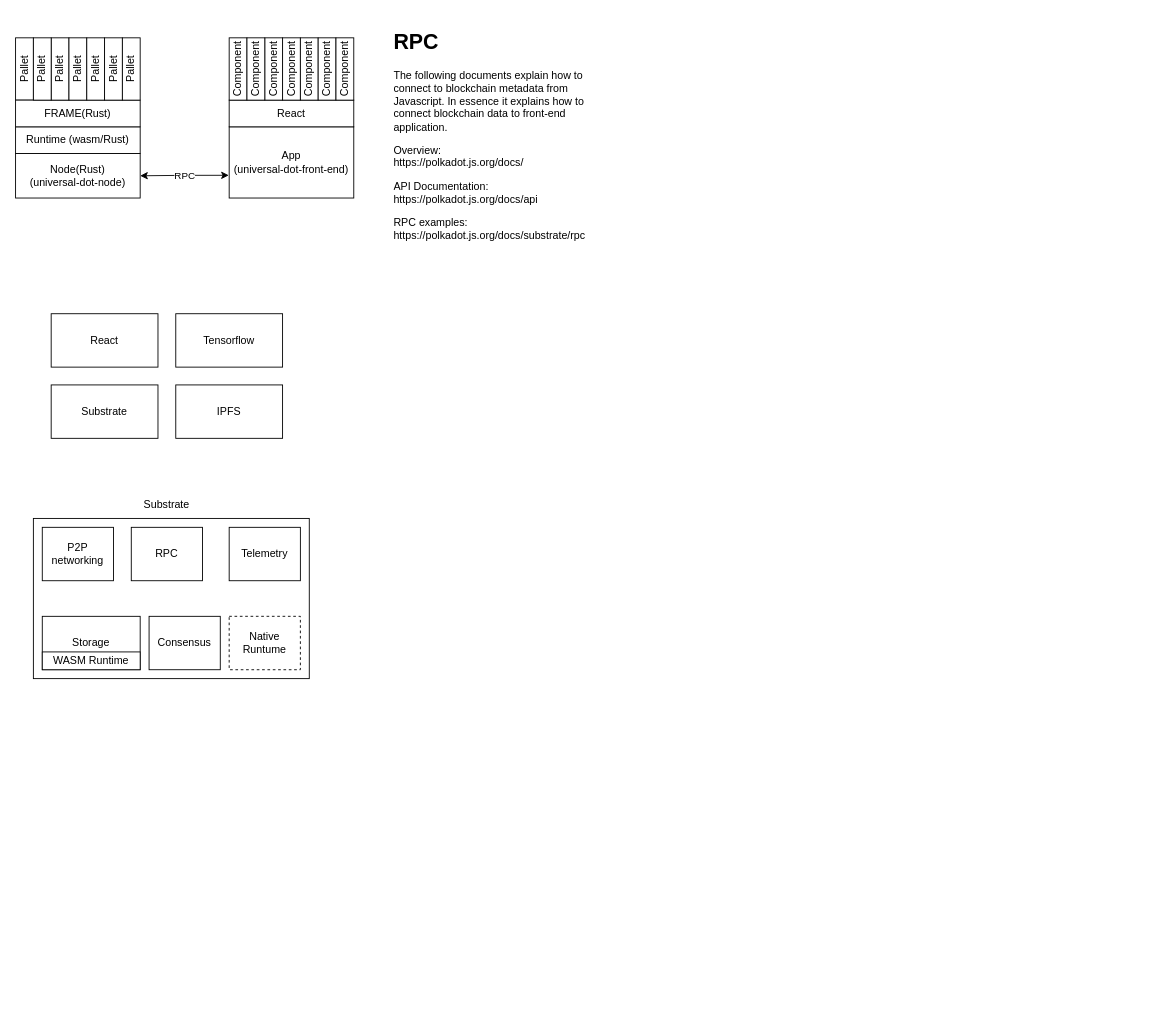
UniversalDot/documents keeps this draw.io diagram as designs/architecture/Component_Architecture.drawio. Above is the earlier version. Source tidied: cells renumbered, new cells numbered last; positions are measured from the earlier drawing's top-left corner, leaving out a move shared by most shapes. Both pictures are drawn from the tidied source at 89%, with x=0, y=0 at pixel (15, 24).
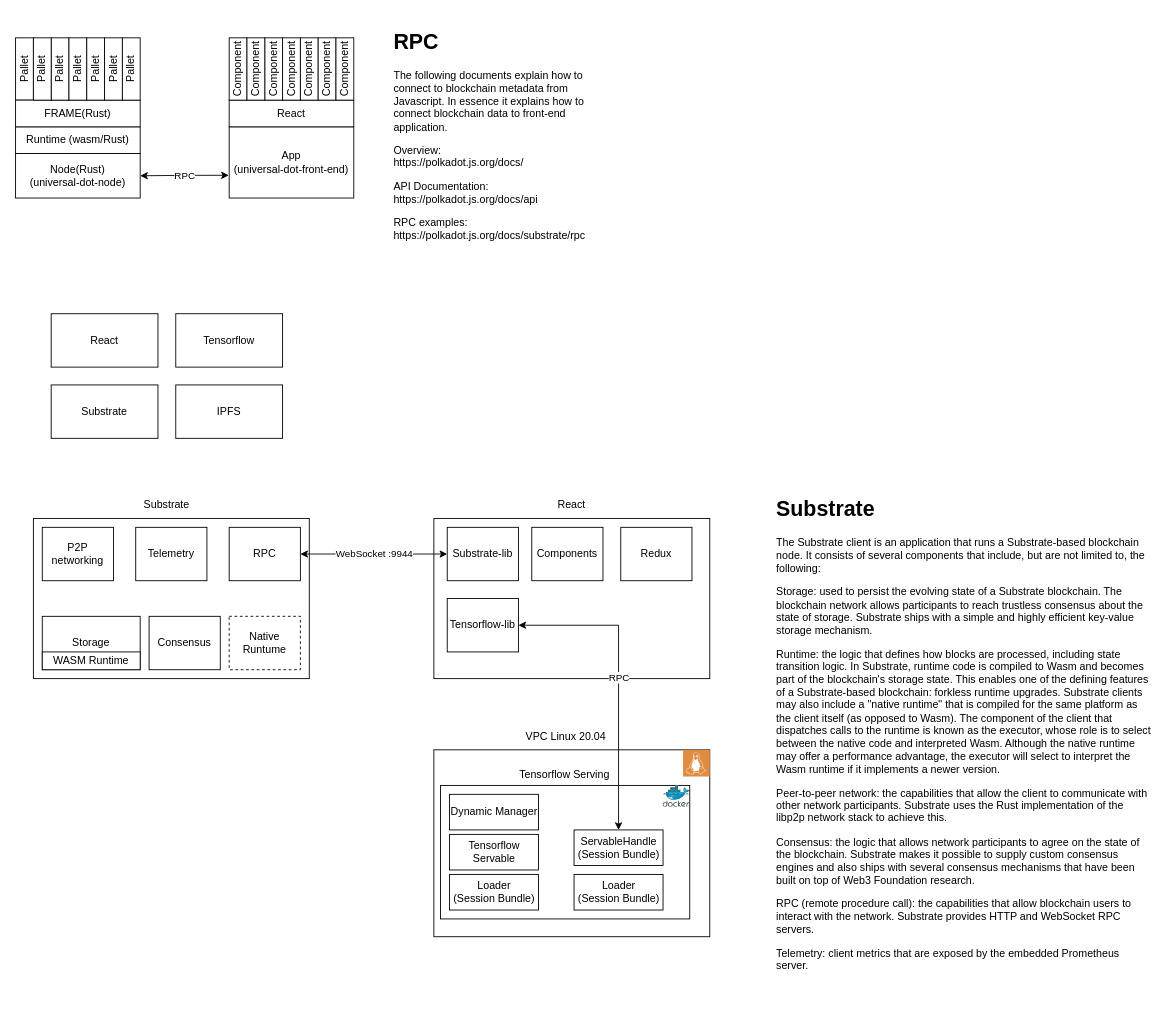
After the change.

What changed in the source:
```diff
@@
     <mxCell id="33" value="RPC" style="rounded=0;whiteSpace=wrap;html=1;" parent="1" vertex="1">
-      <mxGeometry x="130" y="565" width="80" height="60" as="geometry" />
+      <mxGeometry x="240" y="565" width="80" height="60" as="geometry" />
     </mxCell>
     <mxCell id="34" value="Telemetry" style="rounded=0;whiteSpace=wrap;html=1;" parent="1" vertex="1">
-      <mxGeometry x="240" y="565" width="80" height="60" as="geometry" />
+      <mxGeometry x="135" y="565" width="80" height="60" as="geometry" />
     </mxCell>
@@
+    <mxCell id="36" value="&lt;h1&gt;Substrate&lt;/h1&gt;&lt;p&gt;The Substrate client is an application that runs a Substrate-based blockchain node. It consists of several components that include, but are not limited to, the following:&amp;nbsp;&lt;/p&gt;&lt;p&gt;Storage: used to persist the evolving state of a Substrate blockchain. The blockchain network allows participants to reach trustless consensus about the state of storage. Substrate ships with a simple and highly efficient key-value storage mechanism.&amp;nbsp;&lt;/p&gt;&lt;p&gt;Runtime: the logic that defines how blocks are processed, including state transition logic. In Substrate, runtime code is compiled to Wasm and becomes part of the blockchain's storage state. This enables one of the defining features of a Substrate-based blockchain: forkless runtime upgrades. Substrate clients may also include a &quot;native runtime&quot; that is compiled for the same platform as the client itself (as opposed to Wasm). The component of the client that dispatches calls to the runtime is known as the executor, whose role is to select between the native code and interpreted Wasm. Although the native runtime may offer a performance advantage, the executor will select to interpret the Wasm runtime if it implements a newer version.&amp;nbsp;&lt;/p&gt;&lt;p&gt;Peer-to-peer network: the capabilities that allow the client to communicate with other network participants. Substrate uses the Rust implementation of the libp2p network stack to achieve this.&amp;nbsp;&lt;/p&gt;&lt;p&gt;Consensus: the logic that allows network participants to agree on the state of the blockchain. Substrate makes it possible to supply custom consensus engines and also ships with several consensus mechanisms that have been built on top of Web3 Foundation research.&lt;/p&gt;&lt;p&gt;RPC (remote procedure call): the capabilities that allow blockchain users to interact with the network. Substrate provides HTTP and WebSocket RPC servers.&amp;nbsp;&lt;/p&gt;&lt;p&gt;Telemetry: client metrics that are exposed by the embedded Prometheus server.&lt;/p&gt;" style="text;html=1;strokeColor=none;fillColor=none;spacing=5;spacingTop=-20;whiteSpace=wrap;overflow=hidden;rounded=0;dashed=1;" parent="1" vertex="1">
+      <mxGeometry x="850" y="525" width="430" height="570" as="geometry" />
+    </mxCell>
+    <mxCell id="37" style="rounded=0;whiteSpace=wrap;html=1;" parent="1" vertex="1">
+      <mxGeometry x="470" y="555" width="310" height="180" as="geometry" />
+    </mxCell>
+    <mxCell id="38" value="React" style="text;html=1;strokeColor=none;fillColor=none;align=center;verticalAlign=middle;whiteSpace=wrap;rounded=0;" parent="1" vertex="1">
+      <mxGeometry x="595" y="525" width="60" height="30" as="geometry" />
+    </mxCell>
+    <mxCell id="39" value="Substrate-lib" style="rounded=0;whiteSpace=wrap;html=1;" parent="1" vertex="1">
+      <mxGeometry x="485" y="565" width="80" height="60" as="geometry" />
+    </mxCell>
+    <mxCell id="40" value="Components" style="rounded=0;whiteSpace=wrap;html=1;" parent="1" vertex="1">
+      <mxGeometry x="580" y="565" width="80" height="60" as="geometry" />
+    </mxCell>
+    <mxCell id="41" value="Redux" style="rounded=0;whiteSpace=wrap;html=1;" parent="1" vertex="1">
+      <mxGeometry x="680" y="565" width="80" height="60" as="geometry" />
+    </mxCell>
+    <mxCell id="42" value="WebSocket :9944" style="edgeStyle=orthogonalEdgeStyle;rounded=0;jettySize=auto;html=1;entryX=0;entryY=0.5;entryDx=0;entryDy=0;startArrow=classic;startFill=1;" parent="1" edge="1" source="33" target="39">
+      <mxGeometry relative="1" as="geometry" />
+    </mxCell>
+    <mxCell id="43" value="VPC Linux 20.04" style="text;html=1;strokeColor=none;fillColor=none;align=center;verticalAlign=middle;whiteSpace=wrap;rounded=0;" parent="1" vertex="1">
+      <mxGeometry x="569.4" y="785" width="98.8" height="30" as="geometry" />
+    </mxCell>
+    <mxCell id="44" style="rounded=0;whiteSpace=wrap;html=1;" parent="1" vertex="1">
+      <mxGeometry x="470" y="815" width="310" height="210" as="geometry" />
+    </mxCell>
+    <mxCell id="45" style="sketch=0;shadow=0;dashed=0;html=1;strokeColor=none;fillColor=#DF8C42;labelPosition=center;verticalLabelPosition=bottom;verticalAlign=top;align=center;shape=mxgraph.veeam2.linux;" parent="1" vertex="1">
+      <mxGeometry x="750" y="815" width="30" height="30" as="geometry" />
+    </mxCell>
+    <mxCell id="46" style="rounded=0;whiteSpace=wrap;html=1;" parent="1" vertex="1">
+      <mxGeometry x="477.5" y="855" width="280" height="150" as="geometry" />
+    </mxCell>
+    <mxCell id="47" style="sketch=0;html=1;align=center;image;fontSize=12;image=img/lib/mscae/Docker.svg;" parent="1" vertex="1">
+      <mxGeometry x="727.5" y="855" width="30" height="24.6" as="geometry" />
+    </mxCell>
+    <mxCell id="48" value="Tensorflow Servable" style="rounded=0;whiteSpace=wrap;html=1;" parent="1" vertex="1">
+      <mxGeometry x="487.5" y="910" width="100" height="40" as="geometry" />
+    </mxCell>
+    <mxCell id="49" value="Loader &lt;br&gt;(Session Bundle)" style="rounded=0;whiteSpace=wrap;html=1;" parent="1" vertex="1">
+      <mxGeometry x="487.5" y="955" width="100" height="40" as="geometry" />
+    </mxCell>
+    <mxCell id="50" value="Loader &lt;br&gt;(Session Bundle)" style="rounded=0;whiteSpace=wrap;html=1;" parent="1" vertex="1">
+      <mxGeometry x="627.5" y="955" width="100" height="40" as="geometry" />
+    </mxCell>
+    <mxCell id="51" value="Dynamic Manager" style="rounded=0;whiteSpace=wrap;html=1;" parent="1" vertex="1">
+      <mxGeometry x="487.5" y="865" width="100" height="40" as="geometry" />
+    </mxCell>
+    <mxCell id="52" value="ServableHandle&lt;br&gt;(Session Bundle)" style="rounded=0;whiteSpace=wrap;html=1;" parent="1" vertex="1">
+      <mxGeometry x="627.5" y="905" width="100" height="40" as="geometry" />
+    </mxCell>
+    <mxCell id="53" value="Tensorflow Serving" style="text;html=1;strokeColor=none;fillColor=none;align=center;verticalAlign=middle;whiteSpace=wrap;rounded=0;" parent="1" vertex="1">
+      <mxGeometry x="563.4" y="828" width="108.1" height="30" as="geometry" />
+    </mxCell>
+    <mxCell id="54" value="RPC" style="edgeStyle=orthogonalEdgeStyle;rounded=0;jettySize=auto;html=1;entryX=0.5;entryY=0;entryDx=0;entryDy=0;startArrow=classic;startFill=1;" parent="1" edge="1" source="55" target="52">
+      <mxGeometry relative="1" as="geometry" />
+    </mxCell>
+    <mxCell id="55" value="Tensorflow-lib" style="rounded=0;whiteSpace=wrap;html=1;" parent="1" vertex="1">
+      <mxGeometry x="485" y="645" width="80" height="60" as="geometry" />
+    </mxCell>
```
